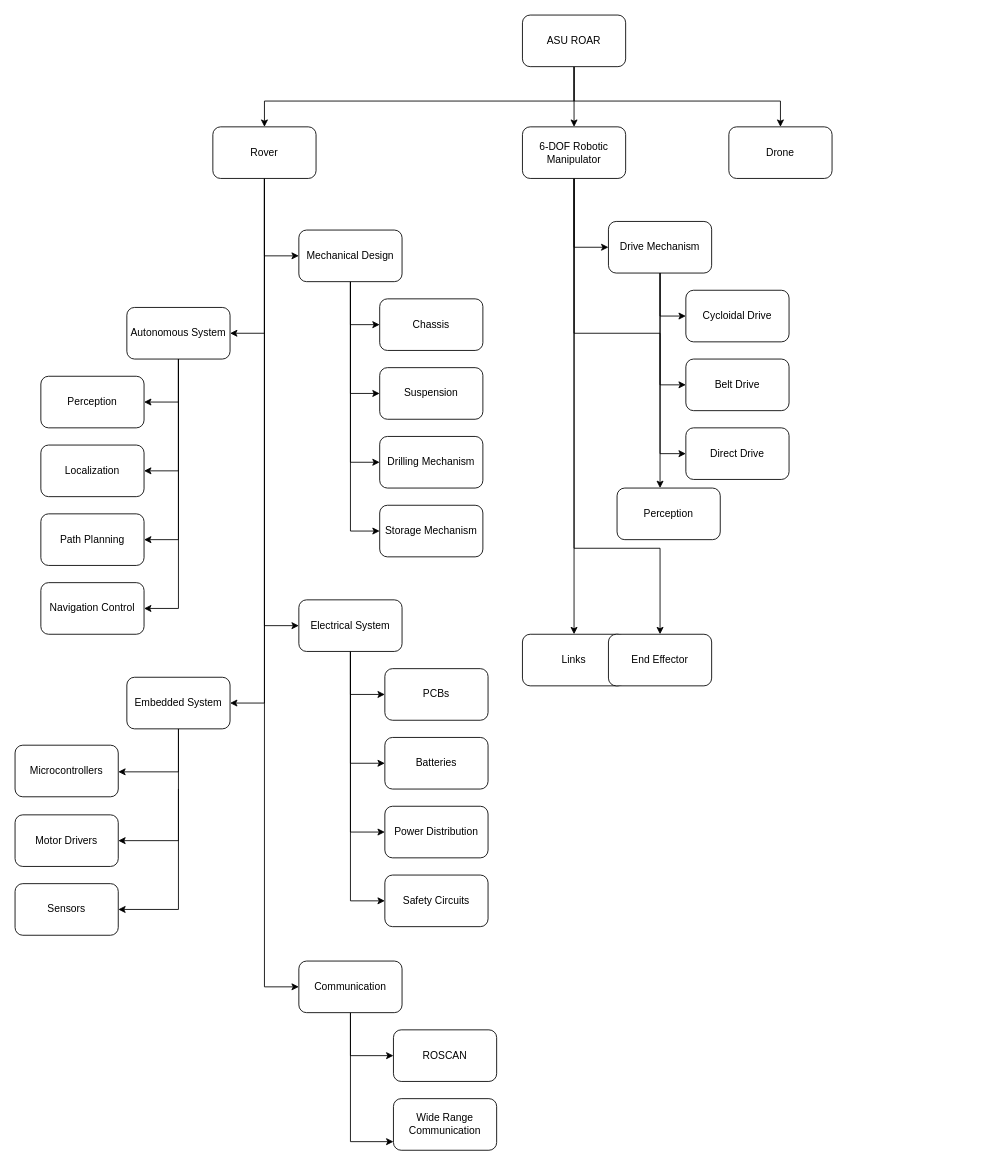
The draw.io diagram product-tree.drawio in ASU-ROAR-Team/preliminary-report-diagrams, before the edit. Source tidied: cells renumbered, new cells numbered last; positions are measured from the earlier drawing's top-left corner, leaving out a move shared by most shapes. Both pictures are drawn from the tidied source at 86%, with x=0, y=0 at pixel (15, 15).
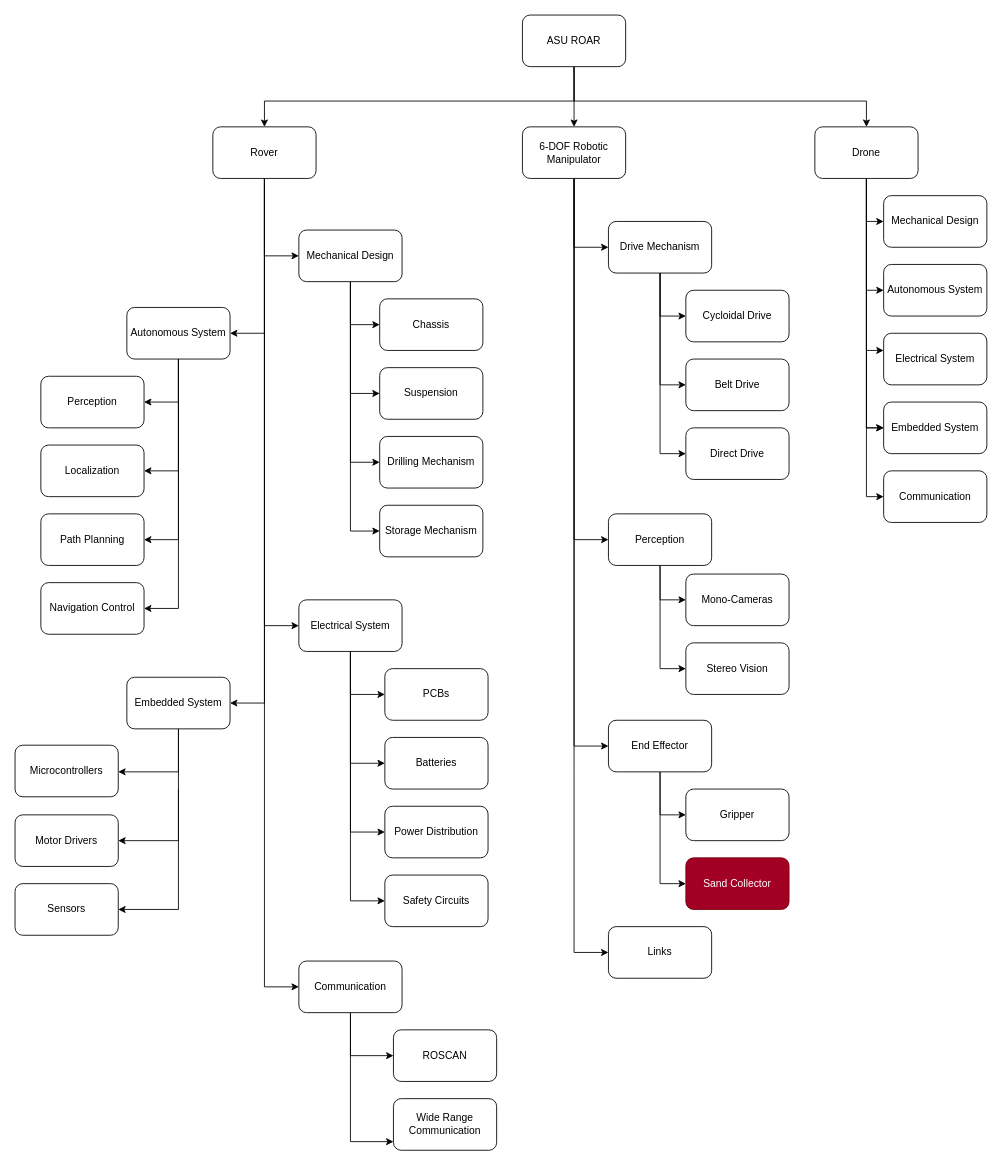
The same page after the edit.

Unchanged cells that the change refers to:
```xml
<mxCell id="16" value="6-DOF Robotic Manipulator" style="rounded=1;whiteSpace=wrap;html=1;" parent="1" vertex="1">
  <mxGeometry x="590" y="130" width="120" height="60" as="geometry" />
</mxCell>
```

What changed in the source:
```diff
@@
     <mxCell id="4" style="edgeStyle=orthogonalEdgeStyle;rounded=0;jettySize=auto;html=1;entryX=0.5;entryY=0;entryDx=0;entryDy=0;" parent="1" edge="1" target="17">
       <mxGeometry relative="1" as="geometry">
         <mxPoint x="650" y="60" as="sourcePoint" />
         <Array as="points">
           <mxPoint x="650" y="100" />
-          <mxPoint x="890" y="100" />
+          <mxPoint x="990" y="100" />
         </Array>
       </mxGeometry>
     </mxCell>
@@
     <mxCell id="13" style="edgeStyle=orthogonalEdgeStyle;rounded=0;jettySize=auto;html=1;" parent="1" edge="1" source="16" target="61">
-      <mxGeometry relative="1" as="geometry" />
+      <mxGeometry relative="1" as="geometry">
+        <Array as="points">
+          <mxPoint x="650" y="880" />
+          <mxPoint x="650" y="880" />
+        </Array>
+      </mxGeometry>
     </mxCell>
     <mxCell id="14" style="edgeStyle=orthogonalEdgeStyle;rounded=0;jettySize=auto;html=1;" parent="1" edge="1" source="16" target="62">
       <mxGeometry relative="1" as="geometry">
         <Array as="points">
-          <mxPoint x="650" y="620" />
-          <mxPoint x="750" y="620" />
+          <mxPoint x="650" y="850" />
         </Array>
       </mxGeometry>
     </mxCell>
     <mxCell id="15" style="edgeStyle=orthogonalEdgeStyle;rounded=0;jettySize=auto;html=1;" parent="1" edge="1" source="16" target="63">
       <mxGeometry relative="1" as="geometry">
         <Array as="points">
-          <mxPoint x="650" y="370" />
-          <mxPoint x="750" y="370" />
+          <mxPoint x="650" y="610" />
         </Array>
       </mxGeometry>
     </mxCell>
@@
+    <mxCell id="67" style="edgeStyle=orthogonalEdgeStyle;rounded=0;jettySize=auto;html=1;" parent="1" edge="1" source="17" target="81">
+      <mxGeometry relative="1" as="geometry">
+        <Array as="points">
+          <mxPoint x="990" y="240" />
+        </Array>
+      </mxGeometry>
+    </mxCell>
+    <mxCell id="68" style="edgeStyle=orthogonalEdgeStyle;rounded=0;jettySize=auto;html=1;" parent="1" edge="1" source="17" target="82">
+      <mxGeometry relative="1" as="geometry">
+        <Array as="points">
+          <mxPoint x="990" y="320" />
+        </Array>
+      </mxGeometry>
+    </mxCell>
+    <mxCell id="69" style="edgeStyle=orthogonalEdgeStyle;rounded=0;jettySize=auto;html=1;" parent="1" edge="1" source="17" target="83">
+      <mxGeometry relative="1" as="geometry">
+        <Array as="points">
+          <mxPoint x="990" y="390" />
+        </Array>
+      </mxGeometry>
+    </mxCell>
+    <mxCell id="70" style="edgeStyle=orthogonalEdgeStyle;rounded=0;jettySize=auto;html=1;entryX=0;entryY=0.5;entryDx=0;entryDy=0;" parent="1" edge="1" source="17" target="85">
+      <mxGeometry relative="1" as="geometry" />
+    </mxCell>
+    <mxCell id="71" style="edgeStyle=orthogonalEdgeStyle;rounded=0;jettySize=auto;html=1;" parent="1" edge="1" source="17" target="84">
+      <mxGeometry relative="1" as="geometry">
+        <Array as="points">
+          <mxPoint x="990" y="480" />
+        </Array>
+      </mxGeometry>
+    </mxCell>
+    <mxCell id="72" style="edgeStyle=orthogonalEdgeStyle;rounded=0;jettySize=auto;html=1;" parent="1" edge="1" source="17" target="84">
+      <mxGeometry relative="1" as="geometry">
+        <Array as="points">
+          <mxPoint x="990" y="480" />
+        </Array>
+      </mxGeometry>
+    </mxCell>
     <mxCell id="17" value="Drone" style="rounded=1;whiteSpace=wrap;html=1;" parent="1" vertex="1">
-      <mxGeometry x="830" y="130" width="120" height="60" as="geometry" />
+      <mxGeometry x="930" y="130" width="120" height="60" as="geometry" />
     </mxCell>
@@
     <mxCell id="61" value="Links" style="rounded=1;whiteSpace=wrap;html=1;" parent="1" vertex="1">
-      <mxGeometry x="590" y="720" width="120" height="60" as="geometry" />
+      <mxGeometry x="690" y="1060" width="120" height="60" as="geometry" />
     </mxCell>
+    <mxCell id="73" style="edgeStyle=orthogonalEdgeStyle;rounded=0;jettySize=auto;html=1;" parent="1" edge="1" source="62" target="79">
+      <mxGeometry relative="1" as="geometry">
+        <Array as="points">
+          <mxPoint x="750" y="930" />
+        </Array>
+      </mxGeometry>
+    </mxCell>
+    <mxCell id="74" style="edgeStyle=orthogonalEdgeStyle;rounded=0;jettySize=auto;html=1;" parent="1" edge="1" source="62" target="80">
+      <mxGeometry relative="1" as="geometry">
+        <Array as="points">
+          <mxPoint x="750" y="1010" />
+        </Array>
+      </mxGeometry>
+    </mxCell>
     <mxCell id="62" value="End Effector" style="rounded=1;whiteSpace=wrap;html=1;" parent="1" vertex="1">
-      <mxGeometry x="690" y="720" width="120" height="60" as="geometry" />
+      <mxGeometry x="690" y="820" width="120" height="60" as="geometry" />
     </mxCell>
+    <mxCell id="75" style="edgeStyle=orthogonalEdgeStyle;rounded=0;jettySize=auto;html=1;" parent="1" edge="1" source="63" target="77">
+      <mxGeometry relative="1" as="geometry">
+        <Array as="points">
+          <mxPoint x="750" y="680" />
+        </Array>
+      </mxGeometry>
+    </mxCell>
+    <mxCell id="76" style="edgeStyle=orthogonalEdgeStyle;rounded=0;jettySize=auto;html=1;" parent="1" edge="1" source="63" target="78">
+      <mxGeometry relative="1" as="geometry">
+        <Array as="points">
+          <mxPoint x="750" y="760" />
+        </Array>
+      </mxGeometry>
+    </mxCell>
     <mxCell id="63" value="Perception" style="rounded=1;whiteSpace=wrap;html=1;" parent="1" vertex="1">
-      <mxGeometry x="700" y="550" width="120" height="60" as="geometry" />
+      <mxGeometry x="690" y="580" width="120" height="60" as="geometry" />
     </mxCell>
@@
+    <mxCell id="77" value="Mono-Cameras" style="rounded=1;whiteSpace=wrap;html=1;" parent="1" vertex="1">
+      <mxGeometry x="780" y="650" width="120" height="60" as="geometry" />
+    </mxCell>
+    <mxCell id="78" value="Stereo Vision" style="rounded=1;whiteSpace=wrap;html=1;" parent="1" vertex="1">
+      <mxGeometry x="780" y="730" width="120" height="60" as="geometry" />
+    </mxCell>
+    <mxCell id="79" value="Gripper" style="rounded=1;whiteSpace=wrap;html=1;" parent="1" vertex="1">
+      <mxGeometry x="780" y="900" width="120" height="60" as="geometry" />
+    </mxCell>
+    <mxCell id="80" value="Sand Collector" style="rounded=1;whiteSpace=wrap;html=1;fillColor=#a20025;fontColor=#ffffff;strokeColor=#6F0000;" parent="1" vertex="1">
+      <mxGeometry x="780" y="980" width="120" height="60" as="geometry" />
+    </mxCell>
+    <mxCell id="81" value="Mechanical Design" style="rounded=1;whiteSpace=wrap;html=1;" parent="1" vertex="1">
+      <mxGeometry x="1010" y="210" width="120" height="60" as="geometry" />
+    </mxCell>
+    <mxCell id="82" value="Autonomous System" style="rounded=1;whiteSpace=wrap;html=1;" parent="1" vertex="1">
+      <mxGeometry x="1010" y="290" width="120" height="60" as="geometry" />
+    </mxCell>
+    <mxCell id="83" value="Electrical System" style="rounded=1;whiteSpace=wrap;html=1;" parent="1" vertex="1">
+      <mxGeometry x="1010" y="370" width="120" height="60" as="geometry" />
+    </mxCell>
+    <mxCell id="84" value="Embedded System" style="rounded=1;whiteSpace=wrap;html=1;" parent="1" vertex="1">
+      <mxGeometry x="1010" y="450" width="120" height="60" as="geometry" />
+    </mxCell>
+    <mxCell id="85" value="Communication" style="rounded=1;whiteSpace=wrap;html=1;" parent="1" vertex="1">
+      <mxGeometry x="1010" y="530" width="120" height="60" as="geometry" />
+    </mxCell>
```
